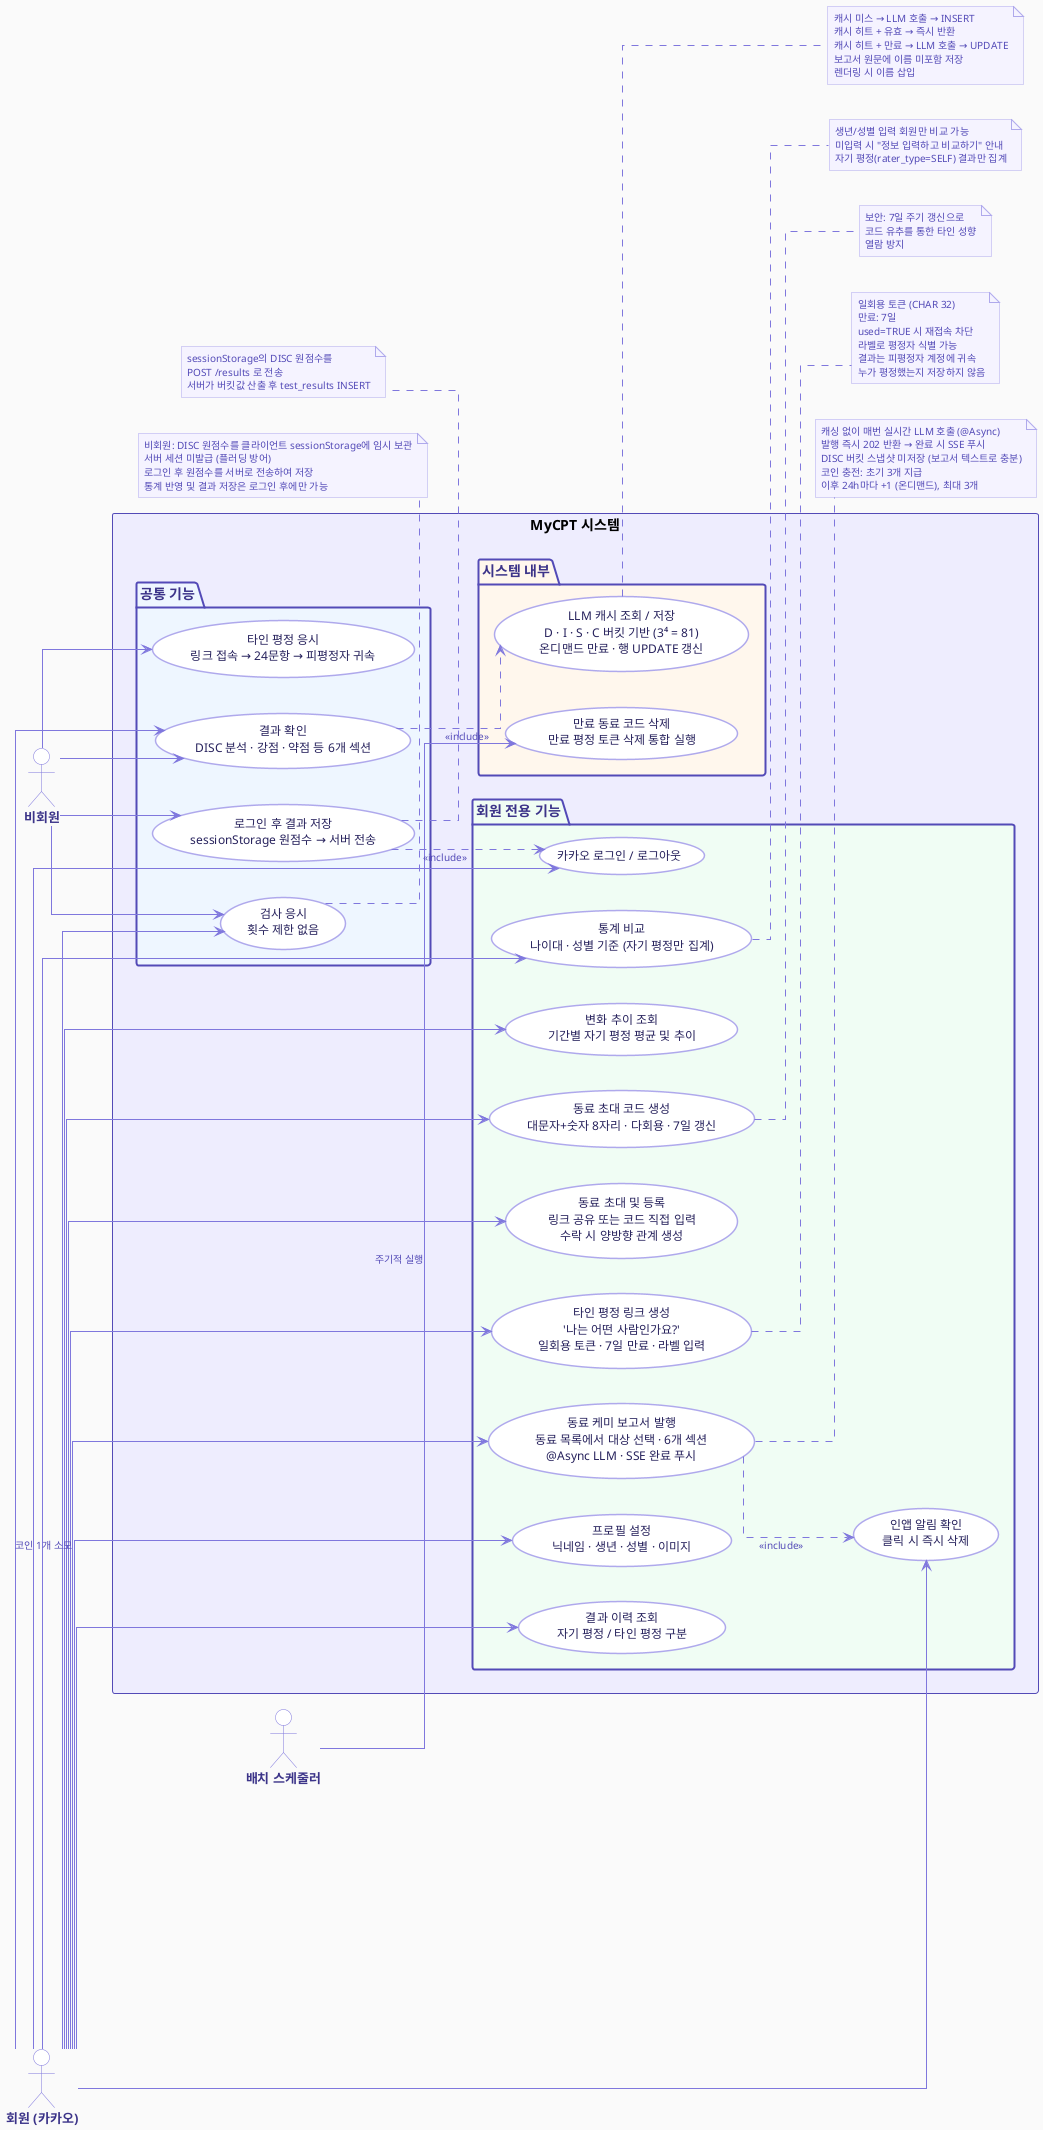
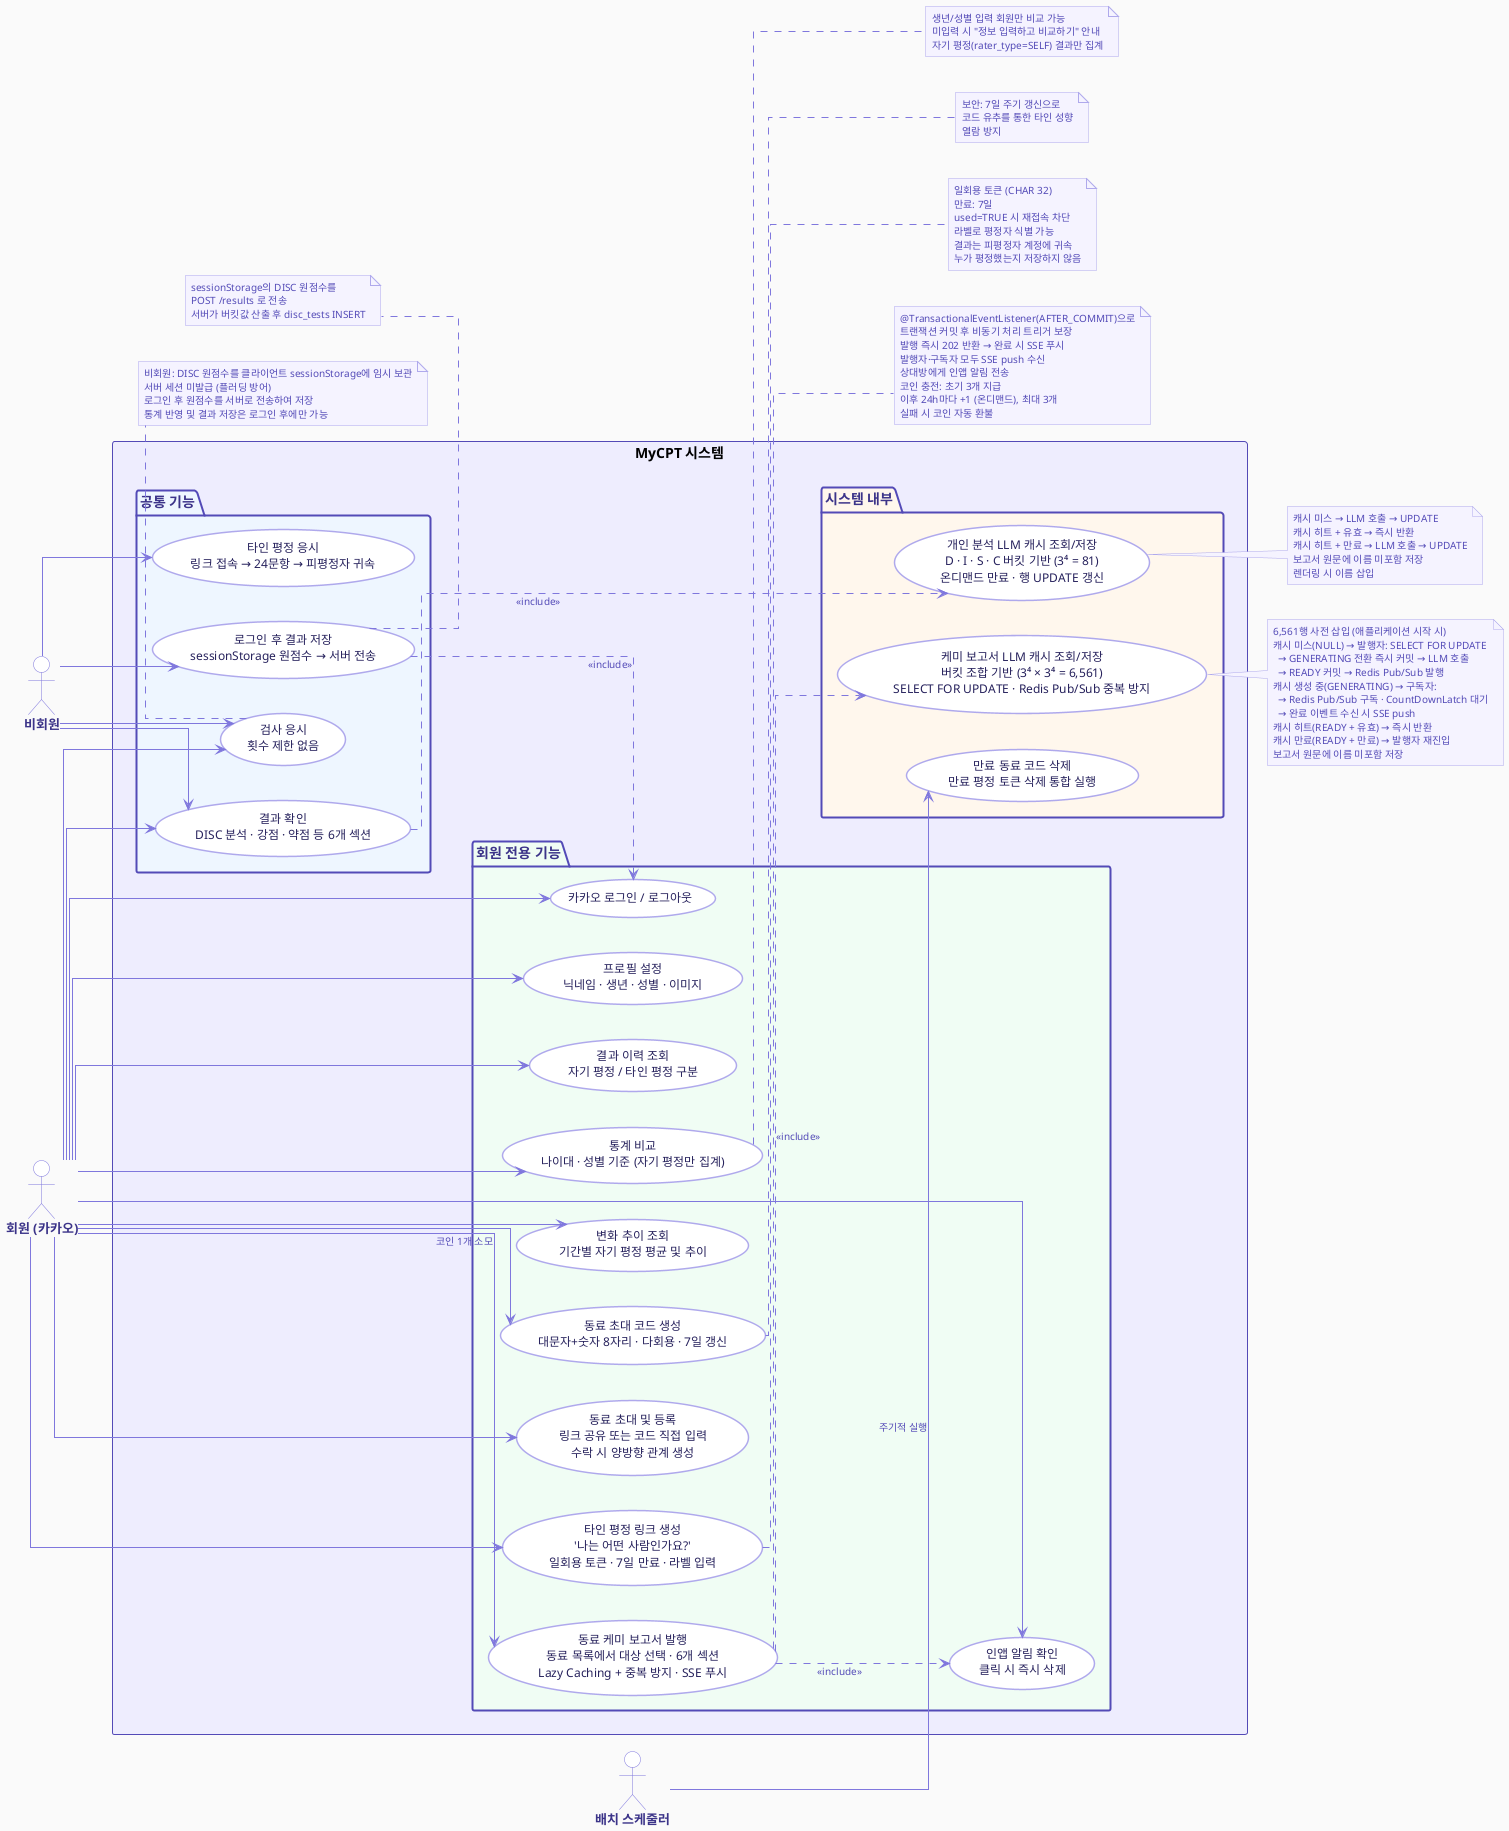
@startuml MyCPT_UseCase

left to right direction
skinparam backgroundColor #FAFAFA

skinparam actor {
  BackgroundColor #FFFFFF
  BorderColor #7F77DD
  FontColor #3C3489
  FontSize 13
  FontStyle bold
}

skinparam usecase {
  BackgroundColor #FFFFFF
  BorderColor #AFA9EC
  FontColor #26215C
  FontSize 12
  BorderThickness 1.5
  ArrowColor #7F77DD
  ArrowFontColor #534AB7
  ArrowFontSize 10
}

skinparam package {
  BackgroundColor #EEEDFE
  BorderColor #534AB7
  BorderThickness 2
  FontColor #3C3489
  FontSize 14
  FontStyle bold
}

skinparam note {
  BackgroundColor #F5F3FF
  BorderColor #AFA9EC
  FontColor #534AB7
  FontSize 10
}

skinparam linetype ortho

actor "비회원" as Guest
actor "회원 (카카오)" as Member
actor "배치 스케줄러" as Batch

rectangle "MyCPT 시스템" {

  package "공통 기능" #EEF6FF {
    usecase "검사 응시\n횟수 제한 없음" as UC_Test
    usecase "결과 확인\nDISC 분석 · 강점 · 약점 등 6개 섹션" as UC_Result
    usecase "로그인 후 결과 저장\nsessionStorage 원점수 → 서버 전송" as UC_Save
    usecase "타인 평정 응시\n링크 접속 → 24문항 → 피평정자 귀속" as UC_PeerAssess
  }

  package "회원 전용 기능" #F0FDF4 {
    usecase "카카오 로그인 / 로그아웃" as UC_Login
    usecase "프로필 설정\n닉네임 · 생년 · 성별 · 이미지" as UC_Profile
    usecase "결과 이력 조회\n자기 평정 / 타인 평정 구분" as UC_History
    usecase "통계 비교\n나이대 · 성별 기준 (자기 평정만 집계)" as UC_Stats
    usecase "변화 추이 조회\n기간별 자기 평정 평균 및 추이" as UC_Trend
    usecase "동료 초대 코드 생성\n대문자+숫자 8자리 · 다회용 · 7일 갱신" as UC_Code
    usecase "동료 초대 및 등록\n링크 공유 또는 코드 직접 입력\n수락 시 양방향 관계 생성" as UC_ColleagueRegister
    usecase "타인 평정 링크 생성\n'나는 어떤 사람인가요?'\n일회용 토큰 · 7일 만료 · 라벨 입력" as UC_AssessLink
-     usecase "동료 케미 보고서 발행\n동료 목록에서 대상 선택 · 6개 섹션\n@Async LLM · SSE 완료 푸시" as UC_Compat
+     usecase "동료 케미 보고서 발행\n동료 목록에서 대상 선택 · 6개 섹션\nLazy Caching + 중복 방지 · SSE 푸시" as UC_Compat
    usecase "인앱 알림 확인\n클릭 시 즉시 삭제" as UC_Notify
  }

  package "시스템 내부" #FFF7ED {
-     usecase "LLM 캐시 조회 / 저장\nD · I · S · C 버킷 기반 (3⁴ = 81)\n온디맨드 만료 · 행 UPDATE 갱신" as UC_Cache
+     usecase "개인 분석 LLM 캐시 조회/저장\nD · I · S · C 버킷 기반 (3⁴ = 81)\n온디맨드 만료 · 행 UPDATE 갱신" as UC_Cache
+     usecase "케미 보고서 LLM 캐시 조회/저장\n버킷 조합 기반 (3⁴ × 3⁴ = 6,561)\nSELECT FOR UPDATE · Redis Pub/Sub 중복 방지" as UC_ChemistryCache
    usecase "만료 동료 코드 삭제\n만료 평정 토큰 삭제 통합 실행" as UC_CleanBatch
  }
}

Guest  --> UC_Test
Guest  --> UC_Result
Guest  --> UC_Save
Guest  --> UC_PeerAssess

Member --> UC_Test
Member --> UC_Result
Member --> UC_Login
Member --> UC_Profile
Member --> UC_History
Member --> UC_Stats
Member --> UC_Trend
Member --> UC_Code
Member --> UC_ColleagueRegister
Member --> UC_AssessLink
Member --> UC_Compat      : 코인 1개 소모
Member --> UC_Notify

Batch  --> UC_CleanBatch : 주기적 실행

- UC_Result ..> UC_Cache  : <<include>>
- UC_Save   ..> UC_Login  : <<include>>
- UC_Compat ..> UC_Notify : <<include>>
+ UC_Result  ..> UC_Cache          : <<include>>
+ UC_Save    ..> UC_Login          : <<include>>
+ UC_Compat  ..> UC_ChemistryCache : <<include>>
+ UC_Compat  ..> UC_Notify         : <<include>>

note right of UC_Cache
-   캐시 미스 → LLM 호출 → INSERT
+   캐시 미스 → LLM 호출 → UPDATE
  캐시 히트 + 유효 → 즉시 반환
  캐시 히트 + 만료 → LLM 호출 → UPDATE
  보고서 원문에 이름 미포함 저장
  렌더링 시 이름 삽입
end note

+ note right of UC_ChemistryCache
+   6,561행 사전 삽입 (애플리케이션 시작 시)
+   캐시 미스(NULL) → 발행자: SELECT FOR UPDATE
+     → GENERATING 전환 즉시 커밋 → LLM 호출
+     → READY 커밋 → Redis Pub/Sub 발행
+   캐시 생성 중(GENERATING) → 구독자:
+     → Redis Pub/Sub 구독 · CountDownLatch 대기
+     → 완료 이벤트 수신 시 SSE push
+   캐시 히트(READY + 유효) → 즉시 반환
+   캐시 만료(READY + 만료) → 발행자 재진입
+   보고서 원문에 이름 미포함 저장
+ end note
+ 
note right of UC_Compat
-   캐싱 없이 매번 실시간 LLM 호출 (@Async)
+   @TransactionalEventListener(AFTER_COMMIT)으로
+   트랜잭션 커밋 후 비동기 처리 트리거 보장
  발행 즉시 202 반환 → 완료 시 SSE 푸시
-   DISC 버킷 스냅샷 미저장 (보고서 텍스트로 충분)
+   발행자·구독자 모두 SSE push 수신
+   상대방에게 인앱 알림 전송
  코인 충전: 초기 3개 지급
  이후 24h마다 +1 (온디맨드), 최대 3개
+   실패 시 코인 자동 환불
end note

note right of UC_Code
  보안: 7일 주기 갱신으로
  코드 유추를 통한 타인 성향
  열람 방지
end note

note right of UC_AssessLink
  일회용 토큰 (CHAR 32)
  만료: 7일
  used=TRUE 시 재접속 차단
  라벨로 평정자 식별 가능
  결과는 피평정자 계정에 귀속
  누가 평정했는지 저장하지 않음
end note

note bottom of UC_Test
  비회원: DISC 원점수를 클라이언트 sessionStorage에 임시 보관
  서버 세션 미발급 (플러딩 방어)
  로그인 후 원점수를 서버로 전송하여 저장
  통계 반영 및 결과 저장은 로그인 후에만 가능
end note

note bottom of UC_Save
  sessionStorage의 DISC 원점수를
  POST /results 로 전송
-   서버가 버킷값 산출 후 test_results INSERT
+   서버가 버킷값 산출 후 disc_tests INSERT
end note

note right of UC_Stats
  생년/성별 입력 회원만 비교 가능
  미입력 시 "정보 입력하고 비교하기" 안내
  자기 평정(rater_type=SELF) 결과만 집계
end note

@enduml